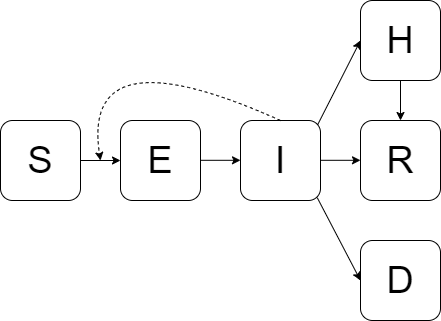
The draw.io diagram SEIR/Untitled Diagram.drawio.png in wzmli/epi_hackathon, before a commit. Source tidied: cells renumbered, new cells last; positions are measured from the earlier drawing's top-left corner, leaving out a move shared by most shapes.
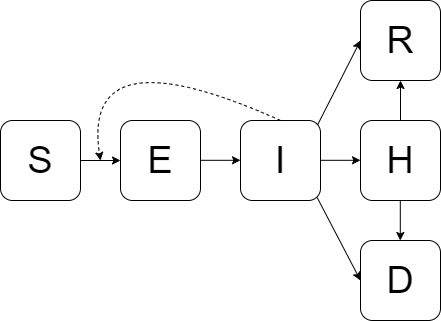
Later version of the same file.

The edit, as a diff of the source:
```diff
@@ -11,13 +11,13 @@
     <mxCell id="4" value="&lt;font style=&quot;font-size: 38px;&quot;&gt;I&lt;/font&gt;" style="rounded=1;whiteSpace=wrap;html=1;" parent="1" vertex="1">
       <mxGeometry x="240" y="120" width="80" height="80" as="geometry" />
     </mxCell>
-    <mxCell id="5" value="&lt;font style=&quot;font-size: 38px;&quot;&gt;H&lt;/font&gt;" style="rounded=1;whiteSpace=wrap;html=1;" parent="1" vertex="1">
+    <mxCell id="5" value="&lt;font style=&quot;font-size: 38px;&quot;&gt;R&lt;/font&gt;" style="rounded=1;whiteSpace=wrap;html=1;" parent="1" vertex="1">
       <mxGeometry x="360" width="80" height="80" as="geometry" />
     </mxCell>
     <mxCell id="6" value="&lt;font style=&quot;font-size: 38px;&quot;&gt;D&lt;/font&gt;" style="rounded=1;whiteSpace=wrap;html=1;" parent="1" vertex="1">
       <mxGeometry x="360" y="240" width="80" height="80" as="geometry" />
     </mxCell>
-    <mxCell id="7" value="&lt;font style=&quot;font-size: 38px;&quot;&gt;R&lt;/font&gt;" style="rounded=1;whiteSpace=wrap;html=1;" parent="1" vertex="1">
+    <mxCell id="7" value="&lt;font style=&quot;font-size: 38px;&quot;&gt;H&lt;/font&gt;" style="rounded=1;whiteSpace=wrap;html=1;" parent="1" vertex="1">
       <mxGeometry x="360" y="120" width="80" height="80" as="geometry" />
     </mxCell>
     <mxCell id="8" style="endArrow=classic;html=1;rounded=0;entryX=0;entryY=0.5;entryDx=0;entryDy=0;" parent="1" edge="1" target="3">
@@ -31,7 +31,7 @@
     <mxCell id="10" style="endArrow=classic;html=1;rounded=0;entryX=0;entryY=0.5;entryDx=0;entryDy=0;exitX=0.96;exitY=0.966;exitDx=0;exitDy=0;exitPerimeter=0;" parent="1" edge="1" source="4" target="6">
       <mxGeometry relative="1" as="geometry" />
     </mxCell>
-    <mxCell id="11" style="endArrow=classic;html=1;rounded=0;exitX=0.5;exitY=1;exitDx=0;exitDy=0;" parent="1" edge="1" source="5" target="7">
+    <mxCell id="11" style="endArrow=classic;html=1;rounded=0;exitX=0.5;exitY=0;exitDx=0;exitDy=0;entryX=0.5;entryY=1;entryDx=0;entryDy=0;" parent="1" edge="1" source="7" target="5">
       <mxGeometry relative="1" as="geometry" />
     </mxCell>
     <mxCell id="12" style="curved=1;endArrow=classic;html=1;rounded=0;dashed=1;" parent="1" edge="1">
@@ -55,5 +55,11 @@
         <mxPoint x="240" y="159.8" as="targetPoint" />
       </mxGeometry>
     </mxCell>
+    <mxCell id="15" style="endArrow=classic;html=1;rounded=0;exitX=0.5;exitY=1;exitDx=0;exitDy=0;" parent="1" edge="1">
+      <mxGeometry relative="1" as="geometry">
+        <mxPoint x="399.8" y="200" as="sourcePoint" />
+        <mxPoint x="399.8" y="240" as="targetPoint" />
+      </mxGeometry>
+    </mxCell>
   </root>
 </mxGraphModel>
```
